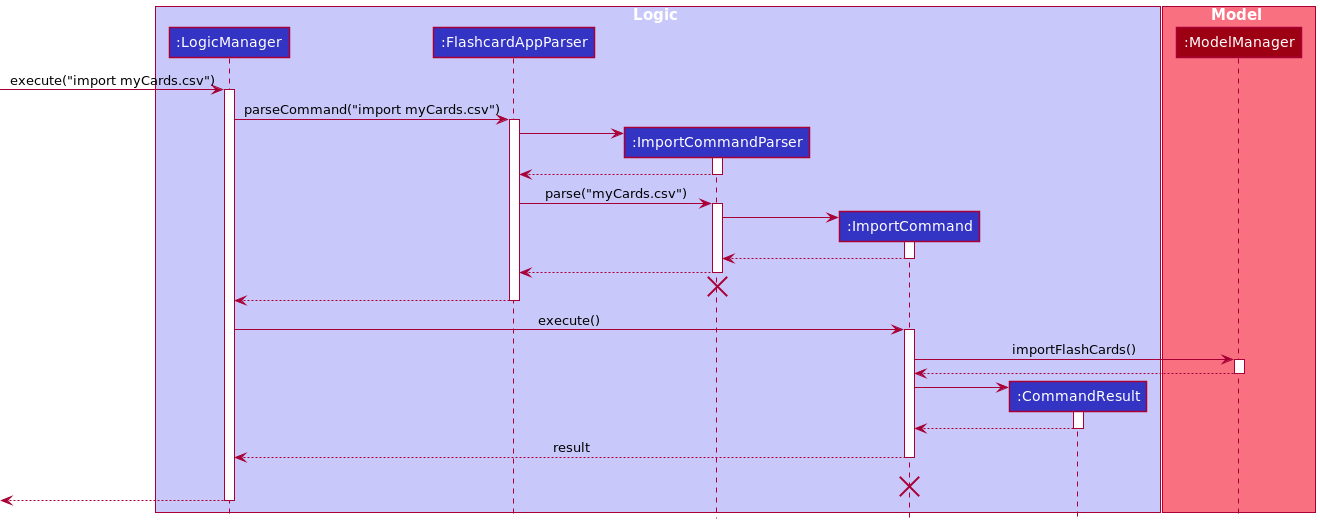
sharmainec/tp keeps this PlantUML diagram as docs/images/ImportSequenceDiagram.png. Above is the earlier version.
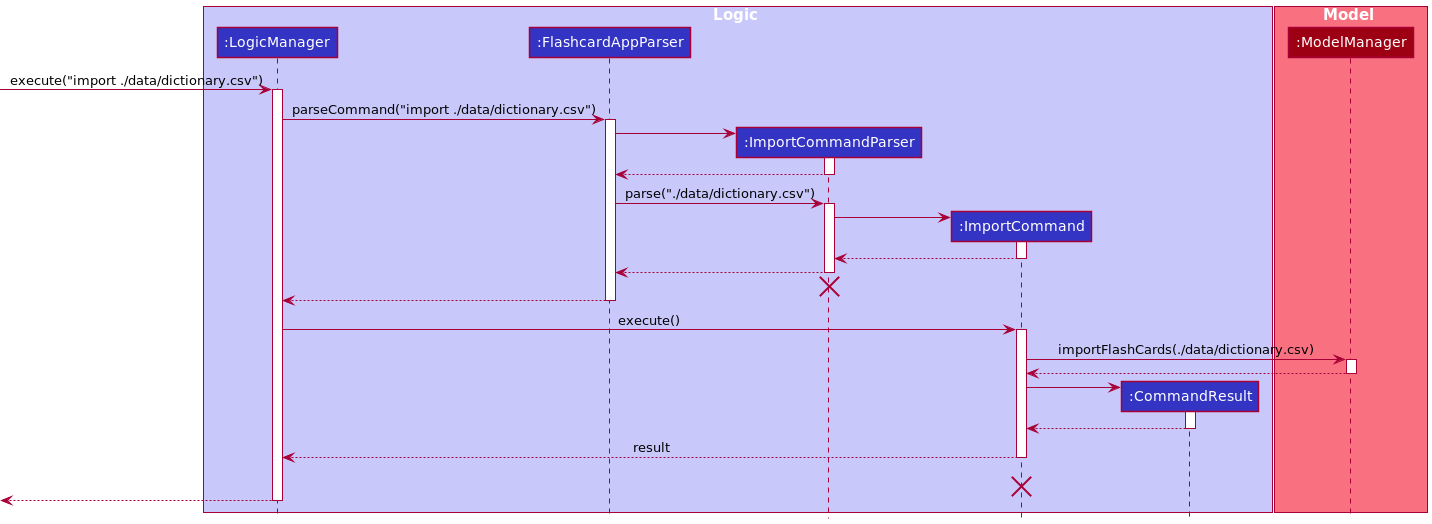
Above is the later version.

Commit message:
Edit UML diagrams

The edit, as a diff of the source:
```diff
@@ -13,10 +13,10 @@
 participant ":ModelManager" as Model MODEL_COLOR
 end box
 
-[-> LogicManager : execute("import myCards.csv")
+[-> LogicManager : execute("import ./data/dictionary.csv")
 activate LogicManager
 
-LogicManager -> FlashcardAppParser : parseCommand("import myCards.csv")
+LogicManager -> FlashcardAppParser : parseCommand("import ./data/dictionary.csv")
 activate FlashcardAppParser
 
 create ImportCommandParser
@@ -26,7 +26,7 @@
 ImportCommandParser --> FlashcardAppParser
 deactivate ImportCommandParser
 
-FlashcardAppParser -> ImportCommandParser: parse("myCards.csv")
+FlashcardAppParser -> ImportCommandParser: parse("./data/dictionary.csv")
 activate ImportCommandParser
 
 create ImportCommand
@@ -48,7 +48,7 @@
 LogicManager -> ImportCommand : execute()
 activate ImportCommand
 
-ImportCommand -> Model : importFlashCards()
+ImportCommand -> Model : importFlashCards(./data/dictionary.csv)
 activate Model
 
 Model --> ImportCommand
```
